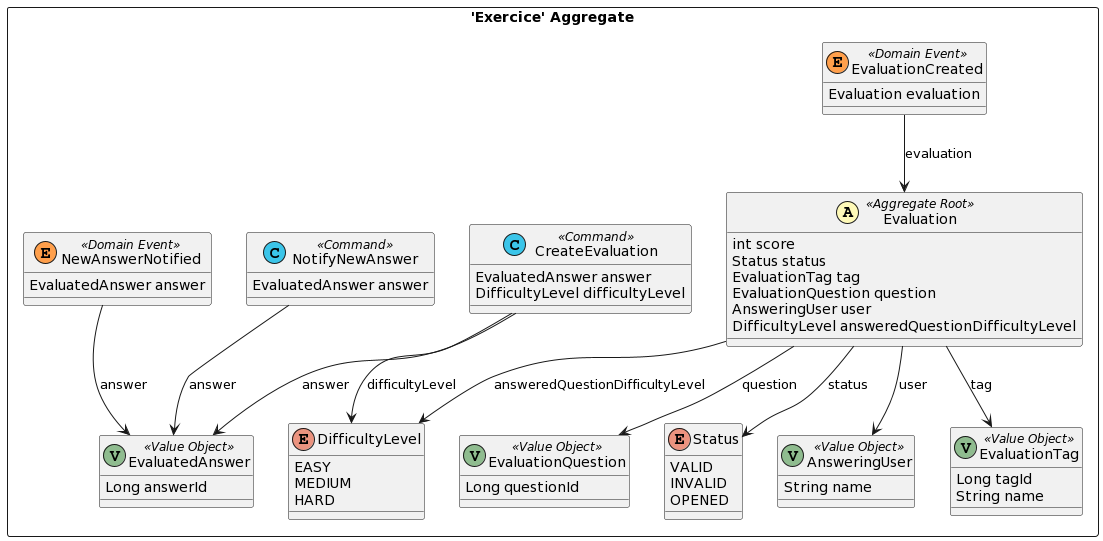
Earlier version of the PlantUML export doc/dist/src-gen/gamedev_BC_EvaluationContext_Exercice.png (esgi-lyon/question-ddd).
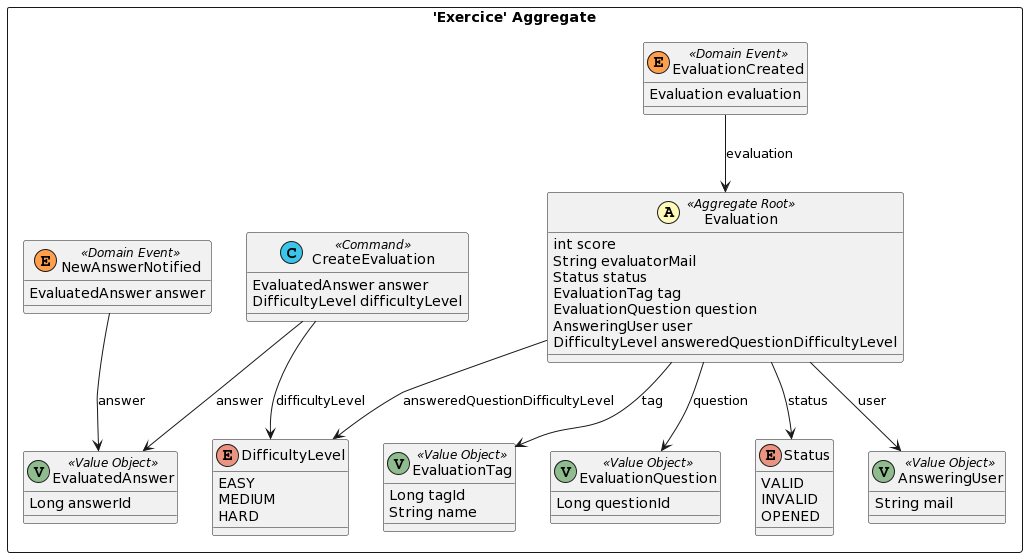
After the change.

Diff of the diagram source:
```diff
@@ -4,6 +4,7 @@
 package "'Exercice' Aggregate" <<Rectangle>> {
 	class Evaluation <<(A,#fffab8) Aggregate Root>> {
 		int score
+		String evaluatorMail
 		Status status
 		EvaluationTag tag
 		EvaluationQuestion question
@@ -21,7 +22,7 @@
 		HARD
 	}
 	class AnsweringUser <<(V,DarkSeaGreen) Value Object>> {
-		String name
+		String mail
 	}
 	class EvaluationTag <<(V,DarkSeaGreen) Value Object>> {
 		Long tagId
@@ -43,9 +44,6 @@
 		EvaluatedAnswer answer
 		DifficultyLevel difficultyLevel
 	}
-	class NotifyNewAnswer <<(C,#3bc5e9) Command>> {
-		EvaluatedAnswer answer
-	}
 }
 CreateEvaluation --> EvaluatedAnswer : answer
 Evaluation --> Status : status
@@ -55,6 +53,5 @@
 Evaluation --> DifficultyLevel : answeredQuestionDifficultyLevel
 Evaluation --> AnsweringUser : user
 Evaluation --> EvaluationQuestion : question
-NotifyNewAnswer --> EvaluatedAnswer : answer
 EvaluationCreated --> Evaluation : evaluation
 @enduml
```
